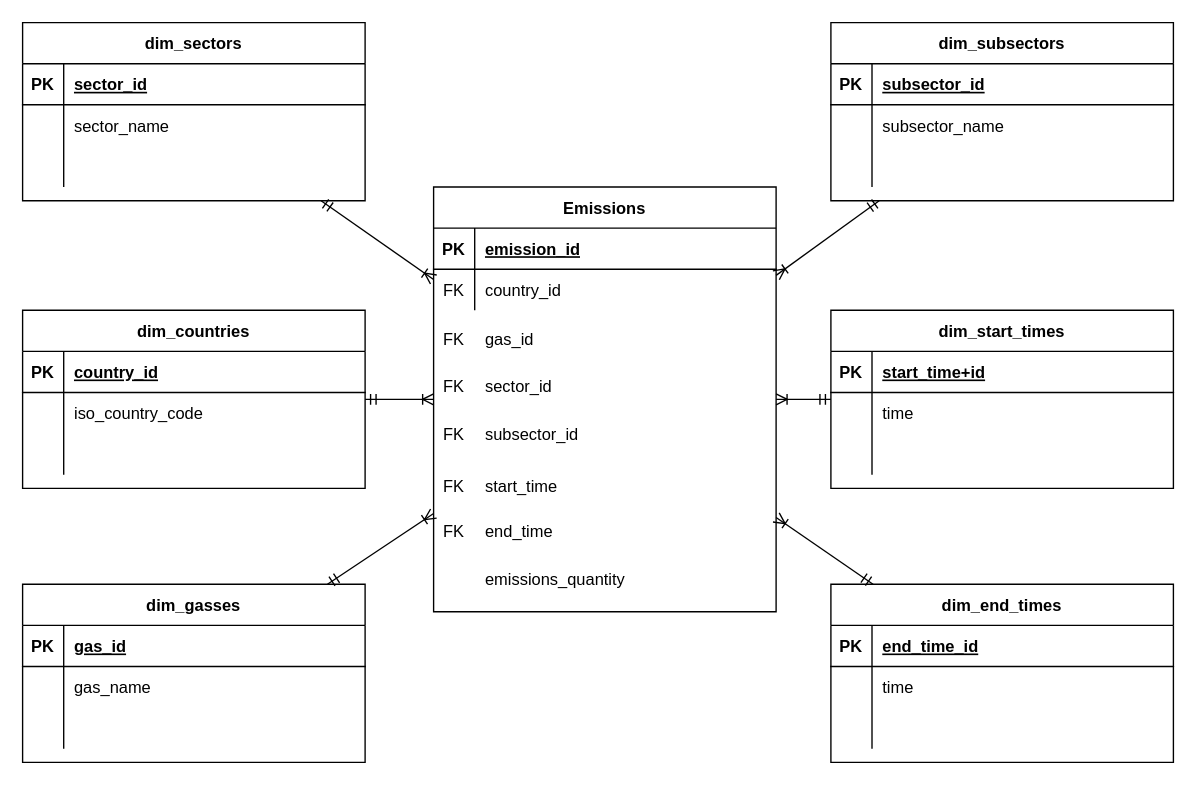
Before: Deliverable 2/Final Dimensional Model.drawio in kaiden-ong/GreenhouseGases, a draw.io diagram. Source tidied: cells renumbered, new cells numbered last; positions are measured from the earlier drawing's top-left corner, leaving out a move shared by most shapes. Both pictures are drawn from the tidied source at 137%, with x=0, y=0 at pixel (22, 22).
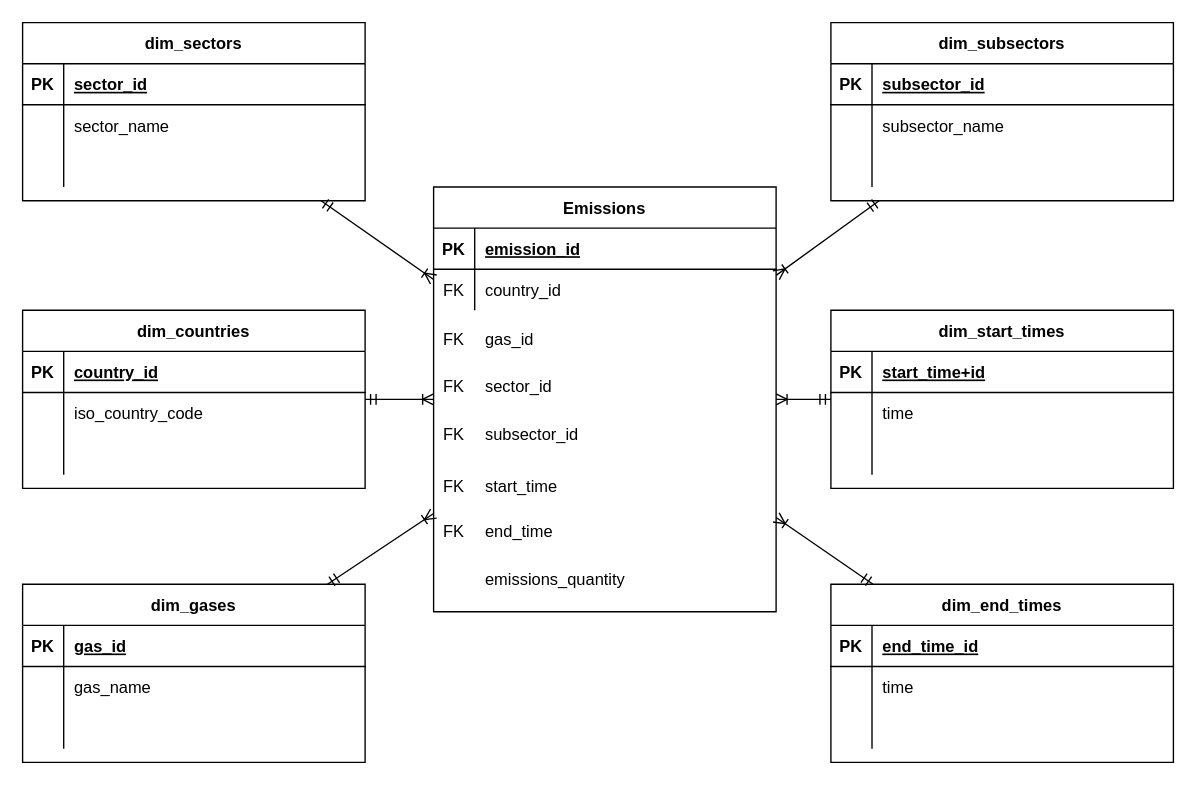
The same diagram, later.

The edit, as a diff of the source:
```diff
@@
-    <mxCell id="12" value="dim_gasses" style="shape=table;startSize=30;childLayout=tableLayout;rowLines=0;fontStyle=1;align=center;" parent="1" vertex="1">
+    <mxCell id="12" value="dim_gases" style="shape=table;startSize=30;childLayout=tableLayout;rowLines=0;fontStyle=1;align=center;" parent="1" vertex="1">
       <mxGeometry y="410" width="250" height="130" as="geometry" />
     </mxCell>
```
